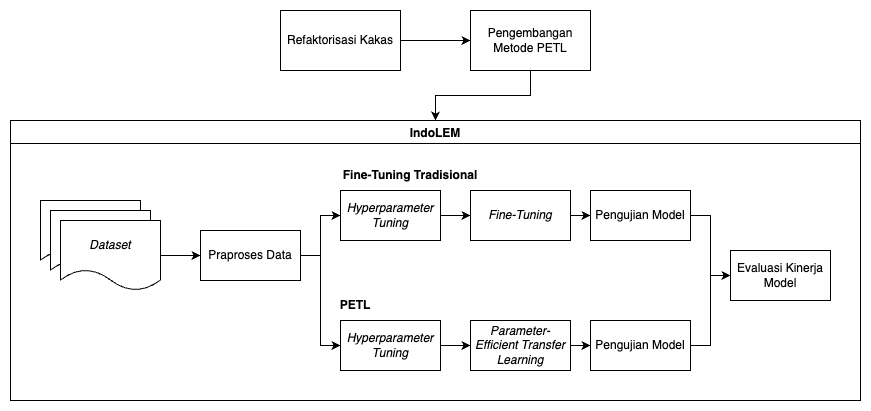
The draw.io diagram src/resources/chapter-3/rancangan_solusi.png in apwic/indolem-peft-thesis, before a commit. Source tidied: cells renumbered, new cells last; positions are measured from the earlier drawing's top-left corner, leaving out a move shared by most shapes. The source it was exported from:
```xml
<mxGraphModel>
  <root>
    <mxCell id="0" />
    <mxCell id="1" parent="0" />
    <mxCell id="2" value="IndoLEM" style="swimlane;" parent="1" vertex="1">
      <mxGeometry y="110" width="850" height="280" as="geometry" />
    </mxCell>
    <mxCell id="3" style="group;" parent="2" vertex="1">
      <mxGeometry x="30" y="80" width="120" height="90" as="geometry" />
    </mxCell>
    <mxCell id="4" style="shape=document;whiteSpace=wrap;html=1;boundedLbl=1;dashed=0;flipH=1;" parent="3" vertex="1">
      <mxGeometry width="100" height="70" as="geometry" />
    </mxCell>
    <mxCell id="5" style="shape=document;whiteSpace=wrap;html=1;boundedLbl=1;dashed=0;flipH=1;" parent="3" vertex="1">
      <mxGeometry x="10" y="10" width="100" height="70" as="geometry" />
    </mxCell>
    <mxCell id="6" value="&lt;i&gt;Dataset&lt;/i&gt;" style="shape=document;whiteSpace=wrap;html=1;boundedLbl=1;dashed=0;flipH=1;" parent="3" vertex="1">
      <mxGeometry x="20" y="20" width="100" height="70" as="geometry" />
    </mxCell>
    <mxCell id="7" value="Praproses Data" style="html=1;dashed=0;whiteSpace=wrap;" parent="2" vertex="1">
      <mxGeometry x="190" y="110" width="100" height="50" as="geometry" />
    </mxCell>
    <mxCell id="8" style="edgeStyle=orthogonalEdgeStyle;rounded=0;jettySize=auto;html=1;" parent="2" edge="1" source="6" target="7">
      <mxGeometry relative="1" as="geometry" />
    </mxCell>
    <mxCell id="9" value="&lt;i&gt;Hyperparameter Tuning&lt;/i&gt;" style="html=1;dashed=0;whiteSpace=wrap;fontStyle=0;" parent="2" vertex="1">
      <mxGeometry x="330" y="200" width="100" height="50" as="geometry" />
    </mxCell>
    <mxCell id="10" style="edgeStyle=orthogonalEdgeStyle;rounded=0;jettySize=auto;html=1;entryX=0;entryY=0.5;entryDx=0;entryDy=0;" parent="2" edge="1" source="7" target="9">
      <mxGeometry relative="1" as="geometry" />
    </mxCell>
    <mxCell id="11" value="&lt;i&gt;Parameter-Efficient Transfer Learning&lt;/i&gt;" style="html=1;dashed=0;whiteSpace=wrap;" parent="2" vertex="1">
      <mxGeometry x="460" y="200" width="100" height="50" as="geometry" />
    </mxCell>
    <mxCell id="12" style="edgeStyle=orthogonalEdgeStyle;rounded=0;jettySize=auto;html=1;" parent="2" edge="1" source="9" target="11">
      <mxGeometry relative="1" as="geometry" />
    </mxCell>
    <mxCell id="13" style="edgeStyle=orthogonalEdgeStyle;rounded=0;jettySize=auto;html=1;entryX=0;entryY=0.5;entryDx=0;entryDy=0;" parent="2" edge="1" source="14" target="16">
      <mxGeometry relative="1" as="geometry" />
    </mxCell>
    <mxCell id="14" value="Pengujian Model" style="html=1;dashed=0;whiteSpace=wrap;" parent="2" vertex="1">
      <mxGeometry x="580" y="200" width="100" height="50" as="geometry" />
    </mxCell>
    <mxCell id="15" style="edgeStyle=orthogonalEdgeStyle;rounded=0;jettySize=auto;html=1;entryX=0;entryY=0.5;entryDx=0;entryDy=0;" parent="2" edge="1" source="11" target="14">
      <mxGeometry relative="1" as="geometry" />
    </mxCell>
    <mxCell id="16" value="Evaluasi Kinerja Model" style="html=1;dashed=0;whiteSpace=wrap;" parent="2" vertex="1">
      <mxGeometry x="720" y="130" width="100" height="50" as="geometry" />
    </mxCell>
    <mxCell id="17" style="edgeStyle=orthogonalEdgeStyle;rounded=0;jettySize=auto;html=1;entryX=0;entryY=0.5;entryDx=0;entryDy=0;" parent="2" edge="1" source="18" target="20">
      <mxGeometry relative="1" as="geometry" />
    </mxCell>
    <mxCell id="18" value="&lt;i&gt;Hyperparameter Tuning&lt;/i&gt;" style="html=1;dashed=0;whiteSpace=wrap;fontStyle=0;" parent="2" vertex="1">
      <mxGeometry x="330" y="70" width="100" height="50" as="geometry" />
    </mxCell>
    <mxCell id="19" style="edgeStyle=orthogonalEdgeStyle;rounded=0;jettySize=auto;html=1;" parent="2" edge="1" source="20" target="22">
      <mxGeometry relative="1" as="geometry" />
    </mxCell>
    <mxCell id="20" value="&lt;i&gt;Fine-Tuning&lt;/i&gt;" style="html=1;dashed=0;whiteSpace=wrap;" parent="2" vertex="1">
      <mxGeometry x="460" y="70" width="100" height="50" as="geometry" />
    </mxCell>
    <mxCell id="21" style="edgeStyle=orthogonalEdgeStyle;rounded=0;jettySize=auto;html=1;entryX=0;entryY=0.5;entryDx=0;entryDy=0;" parent="2" edge="1" source="22" target="16">
      <mxGeometry relative="1" as="geometry" />
    </mxCell>
    <mxCell id="22" value="Pengujian Model" style="html=1;dashed=0;whiteSpace=wrap;" parent="2" vertex="1">
      <mxGeometry x="580" y="70" width="100" height="50" as="geometry" />
    </mxCell>
    <mxCell id="23" style="edgeStyle=orthogonalEdgeStyle;rounded=0;jettySize=auto;html=1;entryX=0;entryY=0.5;entryDx=0;entryDy=0;exitX=1;exitY=0.5;exitDx=0;exitDy=0;" parent="2" edge="1" source="7" target="18">
      <mxGeometry relative="1" as="geometry" />
    </mxCell>
    <mxCell id="24" value="&lt;b&gt;Fine-Tuning Tradisional&lt;/b&gt;" style="text;html=1;align=center;verticalAlign=middle;whiteSpace=wrap;rounded=0;" parent="2" vertex="1">
      <mxGeometry x="320" y="40" width="160" height="30" as="geometry" />
    </mxCell>
    <mxCell id="25" value="&lt;b&gt;PETL&lt;/b&gt;" style="text;html=1;align=center;verticalAlign=middle;whiteSpace=wrap;rounded=0;" parent="2" vertex="1">
      <mxGeometry x="310" y="170" width="70" height="30" as="geometry" />
    </mxCell>
    <mxCell id="26" style="edgeStyle=orthogonalEdgeStyle;rounded=0;jettySize=auto;html=1;entryX=0;entryY=0.5;entryDx=0;entryDy=0;" parent="1" edge="1" source="27" target="29">
      <mxGeometry relative="1" as="geometry" />
    </mxCell>
    <mxCell id="27" value="Refaktorisasi Kakas" style="rounded=0;whiteSpace=wrap;html=1;" parent="1" vertex="1">
      <mxGeometry x="270" width="120" height="60" as="geometry" />
    </mxCell>
    <mxCell id="28" style="edgeStyle=orthogonalEdgeStyle;rounded=0;jettySize=auto;html=1;exitX=0.5;exitY=1;exitDx=0;exitDy=0;" parent="1" edge="1" source="29" target="2">
      <mxGeometry relative="1" as="geometry" />
    </mxCell>
    <mxCell id="29" value="Pengembangan Metode PETL" style="rounded=0;whiteSpace=wrap;html=1;" parent="1" vertex="1">
      <mxGeometry x="460" width="120" height="60" as="geometry" />
    </mxCell>
  </root>
</mxGraphModel>
```
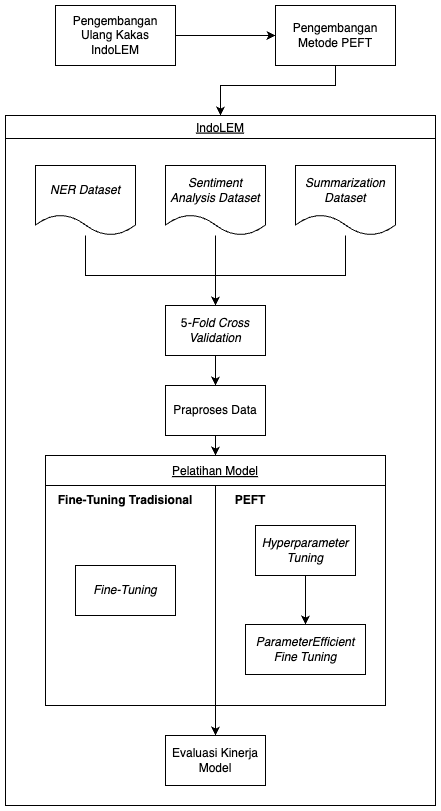
After the commit.

Commit message:
change rancangan solusi

Diff of the diagram source:
```diff
@@ -2,89 +2,95 @@
   <root>
     <mxCell id="0" />
     <mxCell id="1" parent="0" />
-    <mxCell id="2" value="IndoLEM" style="swimlane;" parent="1" vertex="1">
-      <mxGeometry y="110" width="850" height="280" as="geometry" />
+    <mxCell id="2" value="IndoLEM" style="swimlane;fontStyle=4;" parent="1" vertex="1">
+      <mxGeometry x="50" y="120" width="430" height="690" as="geometry" />
     </mxCell>
-    <mxCell id="3" style="group;" parent="2" vertex="1">
-      <mxGeometry x="30" y="80" width="120" height="90" as="geometry" />
-    </mxCell>
-    <mxCell id="4" style="shape=document;whiteSpace=wrap;html=1;boundedLbl=1;dashed=0;flipH=1;" parent="3" vertex="1">
-      <mxGeometry width="100" height="70" as="geometry" />
-    </mxCell>
-    <mxCell id="5" style="shape=document;whiteSpace=wrap;html=1;boundedLbl=1;dashed=0;flipH=1;" parent="3" vertex="1">
-      <mxGeometry x="10" y="10" width="100" height="70" as="geometry" />
-    </mxCell>
-    <mxCell id="6" value="&lt;i&gt;Dataset&lt;/i&gt;" style="shape=document;whiteSpace=wrap;html=1;boundedLbl=1;dashed=0;flipH=1;" parent="3" vertex="1">
-      <mxGeometry x="20" y="20" width="100" height="70" as="geometry" />
-    </mxCell>
-    <mxCell id="7" value="Praproses Data" style="html=1;dashed=0;whiteSpace=wrap;" parent="2" vertex="1">
-      <mxGeometry x="190" y="110" width="100" height="50" as="geometry" />
-    </mxCell>
-    <mxCell id="8" style="edgeStyle=orthogonalEdgeStyle;rounded=0;jettySize=auto;html=1;" parent="2" edge="1" source="6" target="7">
-      <mxGeometry relative="1" as="geometry" />
-    </mxCell>
-    <mxCell id="9" value="&lt;i&gt;Hyperparameter Tuning&lt;/i&gt;" style="html=1;dashed=0;whiteSpace=wrap;fontStyle=0;" parent="2" vertex="1">
-      <mxGeometry x="330" y="200" width="100" height="50" as="geometry" />
-    </mxCell>
-    <mxCell id="10" style="edgeStyle=orthogonalEdgeStyle;rounded=0;jettySize=auto;html=1;entryX=0;entryY=0.5;entryDx=0;entryDy=0;" parent="2" edge="1" source="7" target="9">
-      <mxGeometry relative="1" as="geometry" />
-    </mxCell>
-    <mxCell id="11" value="&lt;i&gt;Parameter-Efficient Transfer Learning&lt;/i&gt;" style="html=1;dashed=0;whiteSpace=wrap;" parent="2" vertex="1">
-      <mxGeometry x="460" y="200" width="100" height="50" as="geometry" />
-    </mxCell>
-    <mxCell id="12" style="edgeStyle=orthogonalEdgeStyle;rounded=0;jettySize=auto;html=1;" parent="2" edge="1" source="9" target="11">
-      <mxGeometry relative="1" as="geometry" />
-    </mxCell>
-    <mxCell id="13" style="edgeStyle=orthogonalEdgeStyle;rounded=0;jettySize=auto;html=1;entryX=0;entryY=0.5;entryDx=0;entryDy=0;" parent="2" edge="1" source="14" target="16">
-      <mxGeometry relative="1" as="geometry" />
-    </mxCell>
-    <mxCell id="14" value="Pengujian Model" style="html=1;dashed=0;whiteSpace=wrap;" parent="2" vertex="1">
-      <mxGeometry x="580" y="200" width="100" height="50" as="geometry" />
-    </mxCell>
-    <mxCell id="15" style="edgeStyle=orthogonalEdgeStyle;rounded=0;jettySize=auto;html=1;entryX=0;entryY=0.5;entryDx=0;entryDy=0;" parent="2" edge="1" source="11" target="14">
-      <mxGeometry relative="1" as="geometry" />
-    </mxCell>
-    <mxCell id="16" value="Evaluasi Kinerja Model" style="html=1;dashed=0;whiteSpace=wrap;" parent="2" vertex="1">
-      <mxGeometry x="720" y="130" width="100" height="50" as="geometry" />
-    </mxCell>
-    <mxCell id="17" style="edgeStyle=orthogonalEdgeStyle;rounded=0;jettySize=auto;html=1;entryX=0;entryY=0.5;entryDx=0;entryDy=0;" parent="2" edge="1" source="18" target="20">
-      <mxGeometry relative="1" as="geometry" />
-    </mxCell>
-    <mxCell id="18" value="&lt;i&gt;Hyperparameter Tuning&lt;/i&gt;" style="html=1;dashed=0;whiteSpace=wrap;fontStyle=0;" parent="2" vertex="1">
-      <mxGeometry x="330" y="70" width="100" height="50" as="geometry" />
-    </mxCell>
-    <mxCell id="19" style="edgeStyle=orthogonalEdgeStyle;rounded=0;jettySize=auto;html=1;" parent="2" edge="1" source="20" target="22">
-      <mxGeometry relative="1" as="geometry" />
-    </mxCell>
-    <mxCell id="20" value="&lt;i&gt;Fine-Tuning&lt;/i&gt;" style="html=1;dashed=0;whiteSpace=wrap;" parent="2" vertex="1">
-      <mxGeometry x="460" y="70" width="100" height="50" as="geometry" />
-    </mxCell>
-    <mxCell id="21" style="edgeStyle=orthogonalEdgeStyle;rounded=0;jettySize=auto;html=1;entryX=0;entryY=0.5;entryDx=0;entryDy=0;" parent="2" edge="1" source="22" target="16">
-      <mxGeometry relative="1" as="geometry" />
-    </mxCell>
-    <mxCell id="22" value="Pengujian Model" style="html=1;dashed=0;whiteSpace=wrap;" parent="2" vertex="1">
-      <mxGeometry x="580" y="70" width="100" height="50" as="geometry" />
-    </mxCell>
-    <mxCell id="23" style="edgeStyle=orthogonalEdgeStyle;rounded=0;jettySize=auto;html=1;entryX=0;entryY=0.5;entryDx=0;entryDy=0;exitX=1;exitY=0.5;exitDx=0;exitDy=0;" parent="2" edge="1" source="7" target="18">
-      <mxGeometry relative="1" as="geometry" />
-    </mxCell>
-    <mxCell id="24" value="&lt;b&gt;Fine-Tuning Tradisional&lt;/b&gt;" style="text;html=1;align=center;verticalAlign=middle;whiteSpace=wrap;rounded=0;" parent="2" vertex="1">
-      <mxGeometry x="320" y="40" width="160" height="30" as="geometry" />
-    </mxCell>
-    <mxCell id="25" value="&lt;b&gt;PETL&lt;/b&gt;" style="text;html=1;align=center;verticalAlign=middle;whiteSpace=wrap;rounded=0;" parent="2" vertex="1">
-      <mxGeometry x="310" y="170" width="70" height="30" as="geometry" />
-    </mxCell>
+    <mxCell id="30" value="5&lt;i&gt;-Fold Cross Validation&lt;/i&gt;" style="html=1;dashed=0;whiteSpace=wrap;" parent="2" vertex="1">
+      <mxGeometry x="160" y="190" width="100" height="50" as="geometry" />
+    </mxCell>
     <mxCell id="26" style="edgeStyle=orthogonalEdgeStyle;rounded=0;jettySize=auto;html=1;entryX=0;entryY=0.5;entryDx=0;entryDy=0;" parent="1" edge="1" source="27" target="29">
       <mxGeometry relative="1" as="geometry" />
     </mxCell>
-    <mxCell id="27" value="Refaktorisasi Kakas" style="rounded=0;whiteSpace=wrap;html=1;" parent="1" vertex="1">
-      <mxGeometry x="270" width="120" height="60" as="geometry" />
+    <mxCell id="27" value="Pengembangan Ulang Kakas IndoLEM" style="rounded=0;whiteSpace=wrap;html=1;" parent="1" vertex="1">
+      <mxGeometry x="100" y="10" width="120" height="60" as="geometry" />
     </mxCell>
-    <mxCell id="28" style="edgeStyle=orthogonalEdgeStyle;rounded=0;jettySize=auto;html=1;exitX=0.5;exitY=1;exitDx=0;exitDy=0;" parent="1" edge="1" source="29" target="2">
-      <mxGeometry relative="1" as="geometry" />
+    <mxCell id="28" style="edgeStyle=orthogonalEdgeStyle;rounded=0;jettySize=auto;html=1;exitX=0.5;exitY=1;exitDx=0;exitDy=0;entryX=0.5;entryY=0;entryDx=0;entryDy=0;" parent="1" edge="1" source="29" target="2">
+      <mxGeometry relative="1" as="geometry">
+        <Array as="points">
+          <mxPoint x="380" y="90" />
+          <mxPoint x="265" y="90" />
+        </Array>
+      </mxGeometry>
     </mxCell>
-    <mxCell id="29" value="Pengembangan Metode PETL" style="rounded=0;whiteSpace=wrap;html=1;" parent="1" vertex="1">
-      <mxGeometry x="460" width="120" height="60" as="geometry" />
+    <mxCell id="29" value="Pengembangan Metode PEFT" style="rounded=0;whiteSpace=wrap;html=1;" parent="1" vertex="1">
+      <mxGeometry x="320" y="10" width="120" height="60" as="geometry" />
     </mxCell>
+    <mxCell id="31" style="edgeStyle=orthogonalEdgeStyle;rounded=0;jettySize=auto;html=1;" parent="1" edge="1" source="7" target="38">
+      <mxGeometry relative="1" as="geometry" />
+    </mxCell>
+    <mxCell id="7" value="Praproses Data" style="html=1;dashed=0;whiteSpace=wrap;" parent="1" vertex="1">
+      <mxGeometry x="210" y="390" width="100" height="50" as="geometry" />
+    </mxCell>
+    <mxCell id="16" value="Evaluasi Kinerja Model" style="html=1;dashed=0;whiteSpace=wrap;" parent="1" vertex="1">
+      <mxGeometry x="210" y="740" width="100" height="50" as="geometry" />
+    </mxCell>
+    <mxCell id="32" style="edgeStyle=orthogonalEdgeStyle;rounded=0;jettySize=auto;html=1;entryX=0.5;entryY=0;entryDx=0;entryDy=0;" parent="1" edge="1" source="5" target="30">
+      <mxGeometry relative="1" as="geometry" />
+    </mxCell>
+    <mxCell id="5" value="&lt;i&gt;Sentiment Analysis Dataset&lt;/i&gt;" style="shape=document;whiteSpace=wrap;html=1;boundedLbl=1;dashed=0;flipH=1;" parent="1" vertex="1">
+      <mxGeometry x="210" y="170" width="100" height="70" as="geometry" />
+    </mxCell>
+    <mxCell id="33" style="edgeStyle=orthogonalEdgeStyle;rounded=0;jettySize=auto;html=1;" parent="1" edge="1" source="4" target="30">
+      <mxGeometry relative="1" as="geometry">
+        <Array as="points">
+          <mxPoint x="130" y="280" />
+          <mxPoint x="260" y="280" />
+        </Array>
+      </mxGeometry>
+    </mxCell>
+    <mxCell id="4" value="&lt;i&gt;NER Dataset&lt;/i&gt;" style="shape=document;whiteSpace=wrap;html=1;boundedLbl=1;dashed=0;flipH=1;" parent="1" vertex="1">
+      <mxGeometry x="80" y="170" width="100" height="70" as="geometry" />
+    </mxCell>
+    <mxCell id="34" style="edgeStyle=orthogonalEdgeStyle;rounded=0;jettySize=auto;html=1;" parent="1" edge="1" source="6" target="30">
+      <mxGeometry relative="1" as="geometry">
+        <Array as="points">
+          <mxPoint x="390" y="280" />
+          <mxPoint x="260" y="280" />
+        </Array>
+      </mxGeometry>
+    </mxCell>
+    <mxCell id="6" value="&lt;i&gt;Summarization Dataset&lt;/i&gt;" style="shape=document;whiteSpace=wrap;html=1;boundedLbl=1;dashed=0;flipH=1;" parent="1" vertex="1">
+      <mxGeometry x="340" y="170" width="100" height="70" as="geometry" />
+    </mxCell>
+    <mxCell id="35" style="edgeStyle=orthogonalEdgeStyle;rounded=0;jettySize=auto;html=1;" parent="1" edge="1" source="30" target="7">
+      <mxGeometry relative="1" as="geometry" />
+    </mxCell>
+    <mxCell id="36" style="endArrow=none;html=1;rounded=0;exitX=0.5;exitY=1;exitDx=0;exitDy=0;entryX=0.5;entryY=0;entryDx=0;entryDy=0;" parent="1" edge="1" source="38" target="38">
+      <mxGeometry relative="1" as="geometry" />
+    </mxCell>
+    <mxCell id="37" style="edgeStyle=orthogonalEdgeStyle;rounded=0;jettySize=auto;html=1;" parent="1" edge="1" source="38" target="16">
+      <mxGeometry relative="1" as="geometry" />
+    </mxCell>
+    <mxCell id="38" value="Pelatihan Model" style="swimlane;fontStyle=4;startSize=30;" parent="1" vertex="1">
+      <mxGeometry x="90" y="460" width="340" height="250" as="geometry" />
+    </mxCell>
+    <mxCell id="20" value="&lt;i&gt;Fine-Tuning&lt;/i&gt;" style="html=1;dashed=0;whiteSpace=wrap;" parent="38" vertex="1">
+      <mxGeometry x="30" y="110" width="100" height="50" as="geometry" />
+    </mxCell>
+    <mxCell id="9" value="&lt;i&gt;Hyperparameter Tuning&lt;/i&gt;" style="html=1;dashed=0;whiteSpace=wrap;fontStyle=0;" parent="38" vertex="1">
+      <mxGeometry x="210" y="70" width="100" height="50" as="geometry" />
+    </mxCell>
+    <mxCell id="11" value="&lt;i&gt;ParameterEfficient Fine Tuning&lt;/i&gt;" style="html=1;dashed=0;whiteSpace=wrap;" parent="38" vertex="1">
+      <mxGeometry x="200" y="169" width="120" height="50" as="geometry" />
+    </mxCell>
+    <mxCell id="12" style="edgeStyle=orthogonalEdgeStyle;rounded=0;jettySize=auto;html=1;" parent="38" edge="1" source="9" target="11">
+      <mxGeometry relative="1" as="geometry" />
+    </mxCell>
+    <mxCell id="24" value="&lt;b&gt;Fine-Tuning Tradisional&lt;/b&gt;" style="text;html=1;align=center;verticalAlign=middle;whiteSpace=wrap;rounded=0;" parent="38" vertex="1">
+      <mxGeometry y="30" width="160" height="30" as="geometry" />
+    </mxCell>
+    <mxCell id="25" value="&lt;b&gt;PEFT&lt;/b&gt;" style="text;html=1;align=center;verticalAlign=middle;whiteSpace=wrap;rounded=0;" parent="38" vertex="1">
+      <mxGeometry x="170" y="30" width="70" height="30" as="geometry" />
+    </mxCell>
   </root>
 </mxGraphModel>
```
